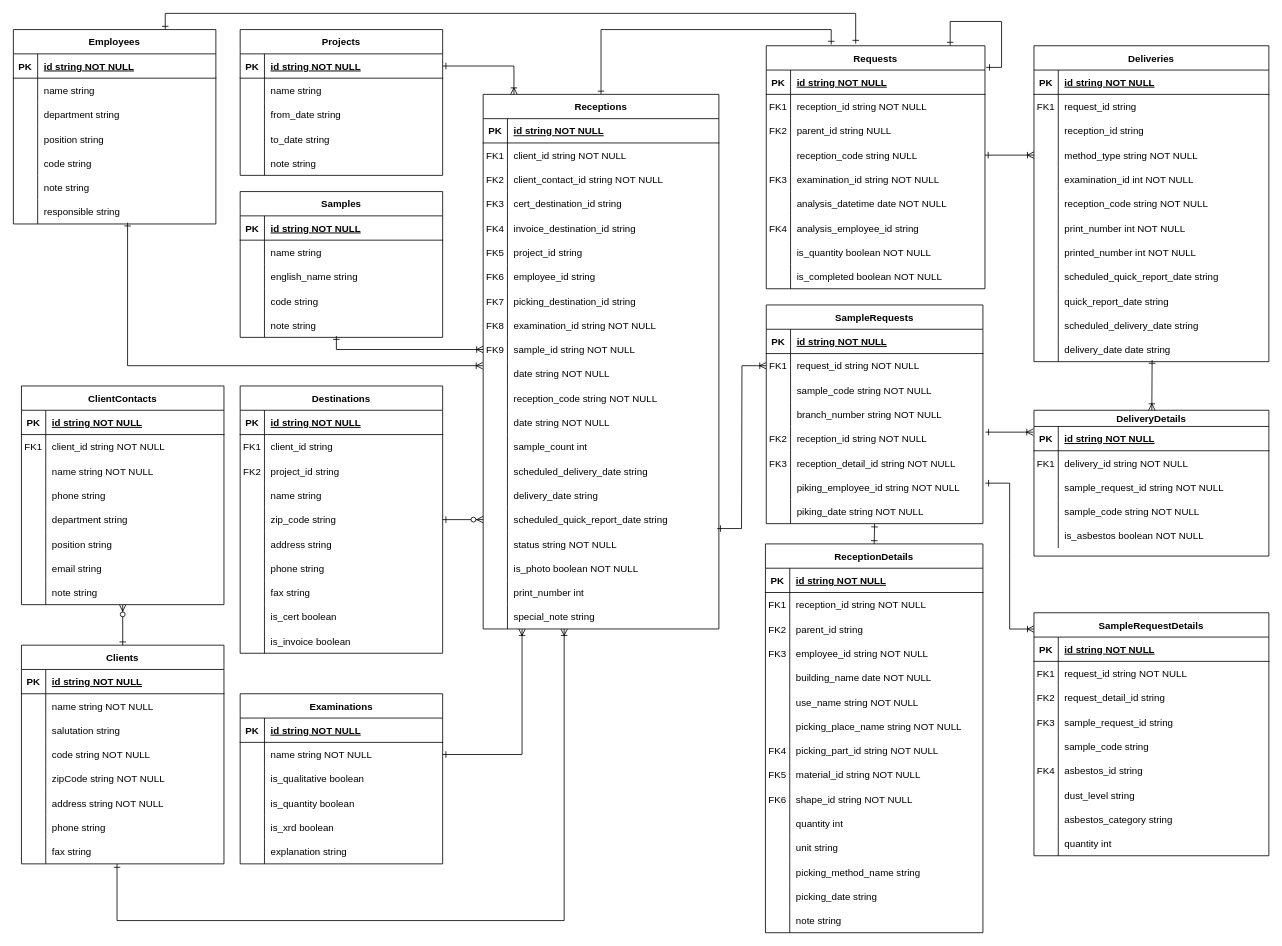
Earlier version of the draw.io diagram page "E-R図" (1 of 4) of NELAB.drawio (kaoru387/draw.io). Source tidied: cells renumbered, new cells numbered last; positions are measured from the earlier drawing's top-left corner, leaving out a move shared by most shapes. Both pictures are drawn from the tidied source at 81%, with x=0, y=0 at pixel (13, 13).
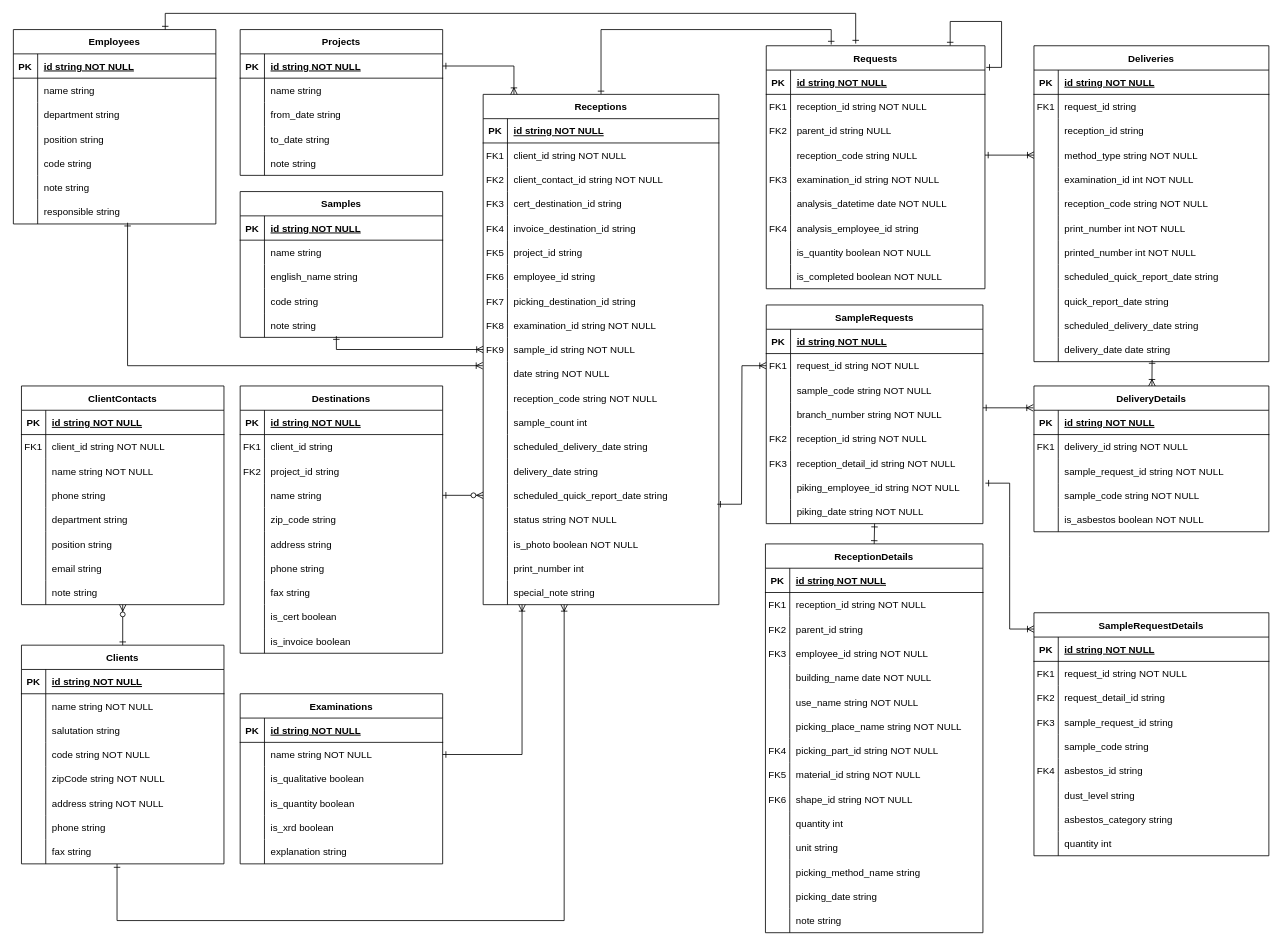
After the change.

Commit message (it also covers changes not shown here):
NELAB.drawio を更新します

The change refers to these unchanged cells:
```xml
<mxCell id="145" style="shape=partialRectangle;fillColor=none;points=[[0,0.5],[1,0.5]];portConstraint=eastwest;top=0;left=0;right=0;bottom=0;" parent="135" vertex="1">
  <mxGeometry y="120" width="267.5" height="30" as="geometry" />
</mxCell>
<mxCell id="220" style="shape=partialRectangle;fillColor=none;points=[[0,0.5],[1,0.5]];portConstraint=eastwest;top=0;left=0;right=0;bottom=0;" parent="210" vertex="1">
  <mxGeometry y="120" width="250" height="30" as="geometry" />
</mxCell>
<mxCell id="223" style="shape=partialRectangle;fillColor=none;points=[[0,0.5],[1,0.5]];portConstraint=eastwest;top=0;left=0;right=0;bottom=0;" parent="210" vertex="1">
  <mxGeometry y="150" width="250" height="30" as="geometry" />
</mxCell>
```

Change to the diagram source:
```diff
@@
-    <mxCell id="190" value="DeliveryDetails" style="shape=table;startSize=20;childLayout=tableLayout;rowLines=0;fontStyle=1;align=center;" parent="1" vertex="1">
-      <mxGeometry x="1260" y="490" width="290" height="180" as="geometry" />
+    <mxCell id="190" value="DeliveryDetails" style="shape=table;startSize=30;childLayout=tableLayout;rowLines=0;fontStyle=1;align=center;" parent="1" vertex="1">
+      <mxGeometry x="1260" y="460" width="290" height="180" as="geometry" />
     </mxCell>
     <mxCell id="191" style="shape=partialRectangle;fillColor=none;top=0;left=0;right=0;bottom=1;" parent="190" vertex="1">
-      <mxGeometry y="20" width="290" height="30" as="geometry" />
+      <mxGeometry y="30" width="290" height="30" as="geometry" />
     </mxCell>
@@
     <mxCell id="194" style="shape=partialRectangle;fillColor=none;top=0;left=0;right=0;bottom=0;" parent="190" vertex="1">
-      <mxGeometry y="50" width="290" height="30" as="geometry" />
+      <mxGeometry y="60" width="290" height="30" as="geometry" />
     </mxCell>
@@
     <mxCell id="197" style="shape=partialRectangle;fillColor=none;top=0;left=0;right=0;bottom=0;" parent="190" vertex="1">
-      <mxGeometry y="80" width="290" height="30" as="geometry" />
+      <mxGeometry y="90" width="290" height="30" as="geometry" />
     </mxCell>
@@
     <mxCell id="200" style="shape=partialRectangle;fillColor=none;top=0;left=0;right=0;bottom=0;" parent="190" vertex="1">
-      <mxGeometry y="110" width="290" height="30" as="geometry" />
+      <mxGeometry y="120" width="290" height="30" as="geometry" />
     </mxCell>
@@
     <mxCell id="203" style="shape=partialRectangle;fillColor=none;top=0;left=0;right=0;bottom=0;" parent="190" vertex="1">
-      <mxGeometry y="140" width="290" height="30" as="geometry" />
+      <mxGeometry y="150" width="290" height="30" as="geometry" />
     </mxCell>
@@
     <mxCell id="342" value="Receptions" style="shape=table;startSize=30;childLayout=tableLayout;rowLines=0;fontStyle=1;align=center;" parent="1" vertex="1">
-      <mxGeometry x="580" y="100" width="291" height="660" as="geometry" />
+      <mxGeometry x="580" y="100" width="291" height="630" as="geometry" />
     </mxCell>
@@
-    <mxCell id="379" style="shape=partialRectangle;fillColor=none;top=0;left=0;right=0;bottom=0;" parent="342" vertex="1">
-      <mxGeometry y="390" width="291" height="30" as="geometry" />
-    </mxCell>
-    <mxCell id="380" style="shape=partialRectangle;overflow=hidden;fillColor=none;top=0;left=0;bottom=0;right=0;" parent="379" vertex="1">
-      <mxGeometry width="30" height="30" as="geometry" />
-    </mxCell>
-    <mxCell id="381" value="date string NOT NULL" style="shape=partialRectangle;overflow=hidden;fillColor=none;top=0;left=0;bottom=0;right=0;align=left;spacingLeft=6;" parent="379" vertex="1">
-      <mxGeometry x="30" width="261" height="30" as="geometry" />
-    </mxCell>
     <mxCell id="382" style="shape=partialRectangle;fillColor=none;top=0;left=0;right=0;bottom=0;" parent="342" vertex="1">
-      <mxGeometry y="420" width="291" height="30" as="geometry" />
+      <mxGeometry y="390" width="291" height="30" as="geometry" />
     </mxCell>
@@
     <mxCell id="385" style="shape=partialRectangle;fillColor=none;top=0;left=0;right=0;bottom=0;" parent="342" vertex="1">
-      <mxGeometry y="450" width="291" height="30" as="geometry" />
+      <mxGeometry y="420" width="291" height="30" as="geometry" />
     </mxCell>
@@
     <mxCell id="388" style="shape=partialRectangle;fillColor=none;top=0;left=0;right=0;bottom=0;" parent="342" vertex="1">
-      <mxGeometry y="480" width="291" height="30" as="geometry" />
+      <mxGeometry y="450" width="291" height="30" as="geometry" />
     </mxCell>
@@
     <mxCell id="391" style="shape=partialRectangle;fillColor=none;points=[[0,0.5],[1,0.5]];portConstraint=eastwest;top=0;left=0;right=0;bottom=0;" parent="342" vertex="1">
-      <mxGeometry y="510" width="291" height="30" as="geometry" />
+      <mxGeometry y="480" width="291" height="30" as="geometry" />
     </mxCell>
@@
     <mxCell id="394" style="shape=partialRectangle;fillColor=none;top=0;left=0;right=0;bottom=0;" parent="342" vertex="1">
-      <mxGeometry y="540" width="291" height="30" as="geometry" />
+      <mxGeometry y="510" width="291" height="30" as="geometry" />
     </mxCell>
@@
     <mxCell id="397" style="shape=partialRectangle;fillColor=none;top=0;left=0;right=0;bottom=0;" parent="342" vertex="1">
-      <mxGeometry y="570" width="291" height="30" as="geometry" />
+      <mxGeometry y="540" width="291" height="30" as="geometry" />
     </mxCell>
@@
     <mxCell id="400" style="shape=partialRectangle;fillColor=none;top=0;left=0;right=0;bottom=0;" parent="342" vertex="1">
-      <mxGeometry y="600" width="291" height="30" as="geometry" />
+      <mxGeometry y="570" width="291" height="30" as="geometry" />
     </mxCell>
@@
     <mxCell id="403" style="shape=partialRectangle;fillColor=none;points=[[0,0.5],[1,0.5]];portConstraint=eastwest;top=0;left=0;right=0;bottom=0;" parent="342" vertex="1">
-      <mxGeometry y="630" width="291" height="30" as="geometry" />
+      <mxGeometry y="600" width="291" height="30" as="geometry" />
     </mxCell>
@@
-    <mxCell id="407" style="endArrow=ERzeroToMany;startArrow=ERone;endFill=1;startFill=0;exitX=1;exitY=0.5;exitDx=0;exitDy=0;entryX=0;entryY=0.5;entryDx=0;entryDy=0;" parent="1" edge="1" source="223" target="391">
+    <mxCell id="407" style="endArrow=ERzeroToMany;startArrow=ERone;endFill=1;startFill=0;exitX=1;exitY=0.5;exitDx=0;exitDy=0;entryX=0;entryY=0.5;entryDx=0;entryDy=0;" parent="1" edge="1" source="220" target="391">
       <mxGeometry relative="1" as="geometry" />
     </mxCell>
@@
-    <mxCell id="415" style="endArrow=ERoneToMany;startArrow=ERone;endFill=0;startFill=0;entryX=-0.003;entryY=0.15;entryDx=0;entryDy=0;entryPerimeter=0;" parent="1" edge="1" target="190">
-      <mxGeometry relative="1" as="geometry">
-        <mxPoint x="1200" y="517" as="sourcePoint" />
-      </mxGeometry>
+    <mxCell id="415" style="endArrow=ERoneToMany;startArrow=ERone;endFill=0;startFill=0;entryX=-0.003;entryY=0.15;entryDx=0;entryDy=0;entryPerimeter=0;exitX=1;exitY=0.233;exitDx=0;exitDy=0;exitPerimeter=0;" parent="1" edge="1" source="145" target="190">
+      <mxGeometry relative="1" as="geometry" />
     </mxCell>
```
